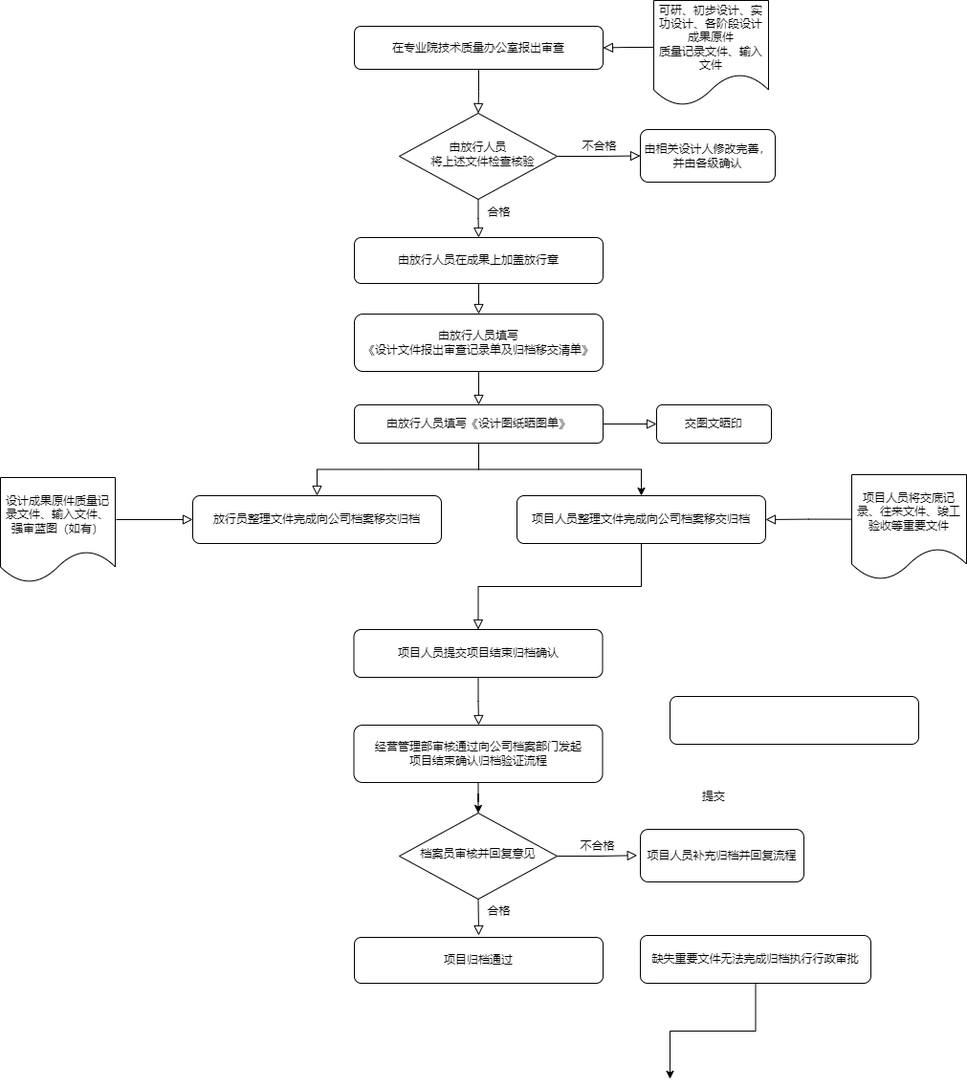
Earlier version of the draw.io export Untitled Diagram.drawio.png (Theresaaaaa/Bomberman). Source tidied: cells renumbered, new cells last; positions are measured from the earlier drawing's top-left corner, leaving out a move shared by most shapes.
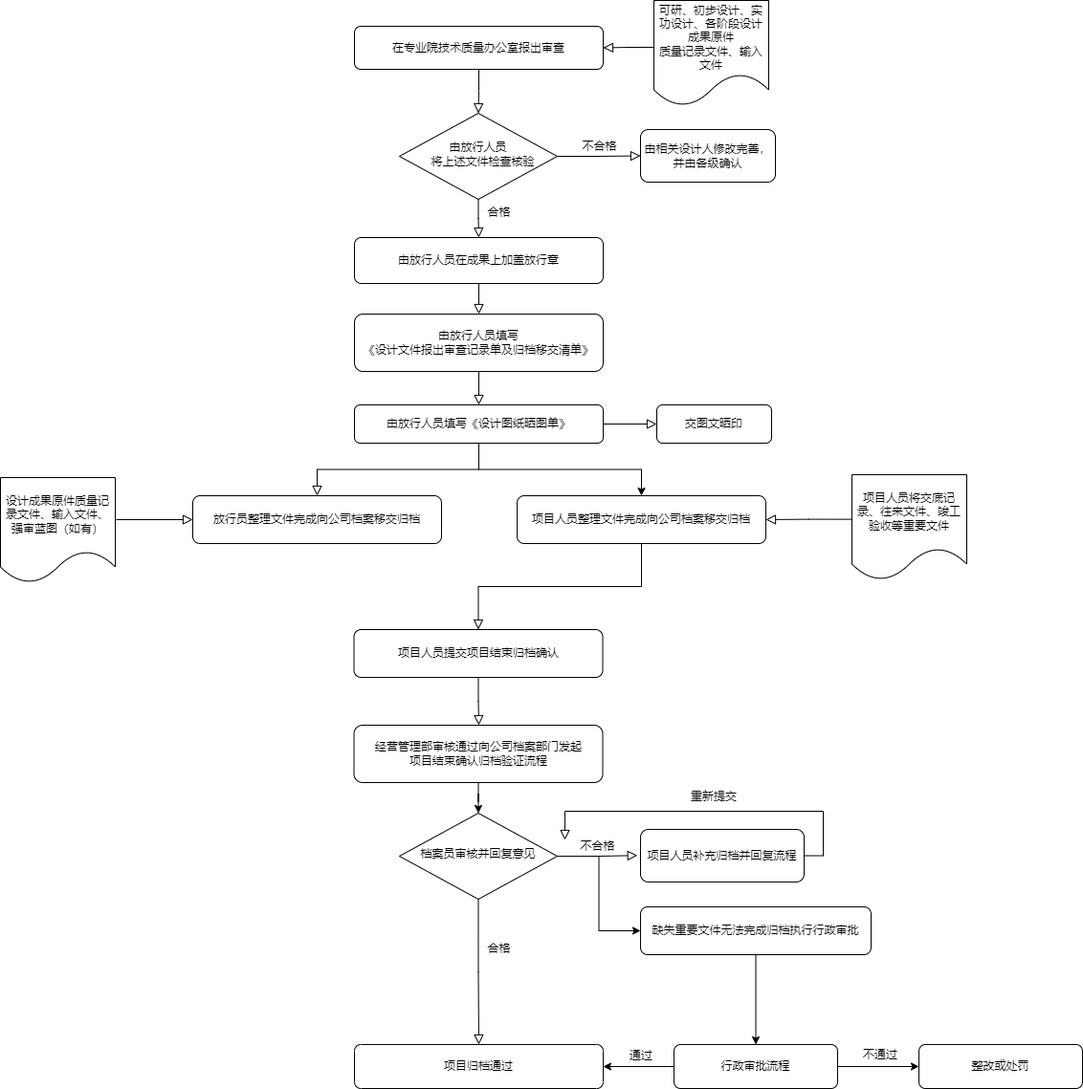
The same diagram one commit later.

Change to the diagram source:
```diff
@@ -83,9 +83,9 @@
     <mxCell id="28" value="经营管理部审核通过向公司档案部门发起&lt;br&gt;项目结束确认归档验证流程" style="rounded=1;whiteSpace=wrap;html=1;fontSize=12;glass=0;strokeWidth=1;shadow=0;" parent="1" vertex="1">
       <mxGeometry x="369.5" y="758" width="260" height="60" as="geometry" />
     </mxCell>
-    <mxCell id="29" style="rounded=1;whiteSpace=wrap;html=1;fontSize=12;glass=0;strokeWidth=1;shadow=0;" parent="1" vertex="1">
-      <mxGeometry x="700" y="728" width="260" height="50" as="geometry" />
-    </mxCell>
+    <mxCell id="39" style="edgeStyle=orthogonalEdgeStyle;rounded=0;jettySize=auto;html=1;entryX=0;entryY=0.5;entryDx=0;entryDy=0;" parent="1" edge="1" source="30" target="36">
+      <mxGeometry relative="1" as="geometry" />
+    </mxCell>
     <mxCell id="30" value="档案员审核并回复意见" style="rhombus;whiteSpace=wrap;html=1;shadow=0;fontFamily=Helvetica;fontSize=12;align=center;strokeWidth=1;spacing=6;spacingTop=-4;" parent="1" vertex="1">
       <mxGeometry x="417" y="850" width="165" height="90" as="geometry" />
     </mxCell>
@@ -93,31 +93,55 @@
       <mxGeometry x="669" y="867" width="171" height="55" as="geometry" />
     </mxCell>
     <mxCell id="32" value="项目归档通过" style="rounded=1;whiteSpace=wrap;html=1;fontSize=12;glass=0;strokeWidth=1;shadow=0;" parent="1" vertex="1">
-      <mxGeometry x="370" y="980" width="260" height="48" as="geometry" />
+      <mxGeometry x="370" y="1092" width="260" height="46" as="geometry" />
     </mxCell>
     <mxCell id="33" style="rounded=0;html=1;jettySize=auto;fontSize=11;endArrow=block;endFill=0;endSize=8;strokeWidth=1;shadow=0;labelBackgroundColor=none;edgeStyle=orthogonalEdgeStyle;exitX=0.5;exitY=1;exitDx=0;exitDy=0;" parent="1" edge="1" source="19">
       <mxGeometry relative="1" as="geometry">
         <mxPoint x="500" y="758" as="targetPoint" />
       </mxGeometry>
     </mxCell>
-    <mxCell id="34" value="提交" style="text;html=1;strokeColor=none;fillColor=none;align=center;verticalAlign=middle;whiteSpace=wrap;rounded=0;" parent="1" vertex="1">
+    <mxCell id="34" value="重新提交" style="text;html=1;strokeColor=none;fillColor=none;align=center;verticalAlign=middle;whiteSpace=wrap;rounded=0;" parent="1" vertex="1">
       <mxGeometry x="716" y="818" width="60" height="30" as="geometry" />
     </mxCell>
-    <mxCell id="35" style="edgeStyle=orthogonalEdgeStyle;rounded=0;jettySize=auto;html=1;" parent="1" edge="1" source="36">
-      <mxGeometry relative="1" as="geometry">
-        <mxPoint x="700" y="1128" as="targetPoint" />
-      </mxGeometry>
-    </mxCell>
+    <mxCell id="40" style="edgeStyle=orthogonalEdgeStyle;rounded=0;jettySize=auto;html=1;" parent="1" edge="1" source="36" target="43">
+      <mxGeometry relative="1" as="geometry" />
+    </mxCell>
     <mxCell id="36" value="缺失重要文件无法完成归档执行行政审批" style="rounded=1;whiteSpace=wrap;html=1;fontSize=12;glass=0;strokeWidth=1;shadow=0;" parent="1" vertex="1">
-      <mxGeometry x="669" y="978" width="241" height="50" as="geometry" />
+      <mxGeometry x="669" y="948" width="241" height="50" as="geometry" />
     </mxCell>
-    <mxCell id="37" value="合格" style="rounded=0;html=1;jettySize=auto;fontSize=11;endArrow=block;endFill=0;endSize=8;strokeWidth=1;shadow=0;labelBackgroundColor=none;edgeStyle=orthogonalEdgeStyle;exitX=0.5;exitY=1;exitDx=0;exitDy=0;" parent="1" edge="1" source="30">
-      <mxGeometry x="-0.32" y="21" relative="1" as="geometry">
-        <mxPoint x="500" y="978" as="targetPoint" />
-      </mxGeometry>
+    <mxCell id="37" value="合格" style="rounded=0;html=1;jettySize=auto;fontSize=11;endArrow=block;endFill=0;endSize=8;strokeWidth=1;shadow=0;labelBackgroundColor=none;edgeStyle=orthogonalEdgeStyle;exitX=0.5;exitY=1;exitDx=0;exitDy=0;entryX=0.5;entryY=0;entryDx=0;entryDy=0;" parent="1" edge="1" source="30" target="32">
+      <mxGeometry x="-0.32" y="21" relative="1" as="geometry" />
     </mxCell>
-    <mxCell id="38" value="不合格" style="edgeStyle=orthogonalEdgeStyle;rounded=0;html=1;jettySize=auto;fontSize=11;endArrow=block;endFill=0;endSize=8;strokeWidth=1;shadow=0;labelBackgroundColor=none;exitX=1;exitY=0.5;exitDx=0;exitDy=0;entryX=-0.019;entryY=0.495;entryDx=0;entryDy=0;entryPerimeter=0;" parent="1" edge="1" source="30" target="31">
+    <mxCell id="38" value="不合格" style="edgeStyle=orthogonalEdgeStyle;rounded=0;html=1;jettySize=auto;fontSize=11;endArrow=block;endFill=0;endSize=8;strokeWidth=1;shadow=0;labelBackgroundColor=none;entryX=-0.019;entryY=0.495;entryDx=0;entryDy=0;entryPerimeter=0;exitX=1;exitY=0.5;exitDx=0;exitDy=0;" parent="1" edge="1" source="30" target="31">
       <mxGeometry y="10" relative="1" as="geometry" />
     </mxCell>
+    <mxCell id="41" style="edgeStyle=orthogonalEdgeStyle;rounded=0;jettySize=auto;html=1;entryX=1;entryY=0.5;entryDx=0;entryDy=0;" parent="1" edge="1" source="43" target="32">
+      <mxGeometry relative="1" as="geometry" />
+    </mxCell>
+    <mxCell id="42" style="edgeStyle=orthogonalEdgeStyle;rounded=0;jettySize=auto;html=1;entryX=0;entryY=0.5;entryDx=0;entryDy=0;" parent="1" edge="1" source="43" target="45">
+      <mxGeometry relative="1" as="geometry" />
+    </mxCell>
+    <mxCell id="43" value="行政审批流程" style="rounded=1;whiteSpace=wrap;html=1;fontSize=12;glass=0;strokeWidth=1;shadow=0;" parent="1" vertex="1">
+      <mxGeometry x="704" y="1092" width="171" height="46" as="geometry" />
+    </mxCell>
+    <mxCell id="44" value="通过" style="text;html=1;strokeColor=none;fillColor=none;align=center;verticalAlign=middle;whiteSpace=wrap;rounded=0;" parent="1" vertex="1">
+      <mxGeometry x="640" y="1089" width="60" height="30" as="geometry" />
+    </mxCell>
+    <mxCell id="45" value="整改或处罚" style="rounded=1;whiteSpace=wrap;html=1;fontSize=12;glass=0;strokeWidth=1;shadow=0;" parent="1" vertex="1">
+      <mxGeometry x="960" y="1092" width="171" height="46" as="geometry" />
+    </mxCell>
+    <mxCell id="46" value="不通过" style="text;html=1;strokeColor=none;fillColor=none;align=center;verticalAlign=middle;whiteSpace=wrap;rounded=0;" parent="1" vertex="1">
+      <mxGeometry x="890" y="1088" width="60" height="30" as="geometry" />
+    </mxCell>
+    <mxCell id="47" style="rounded=0;html=1;jettySize=auto;fontSize=11;endArrow=block;endFill=0;endSize=8;strokeWidth=1;shadow=0;labelBackgroundColor=none;edgeStyle=orthogonalEdgeStyle;exitX=1;exitY=0.5;exitDx=0;exitDy=0;" parent="1" edge="1" source="31">
+      <mxGeometry x="-0.32" y="21" relative="1" as="geometry">
+        <mxPoint x="590" y="878" as="targetPoint" />
+        <Array as="points">
+          <mxPoint x="860" y="895" />
+          <mxPoint x="860" y="848" />
+          <mxPoint x="590" y="848" />
+        </Array>
+      </mxGeometry>
+    </mxCell>
   </root>
 </mxGraphModel>
```
